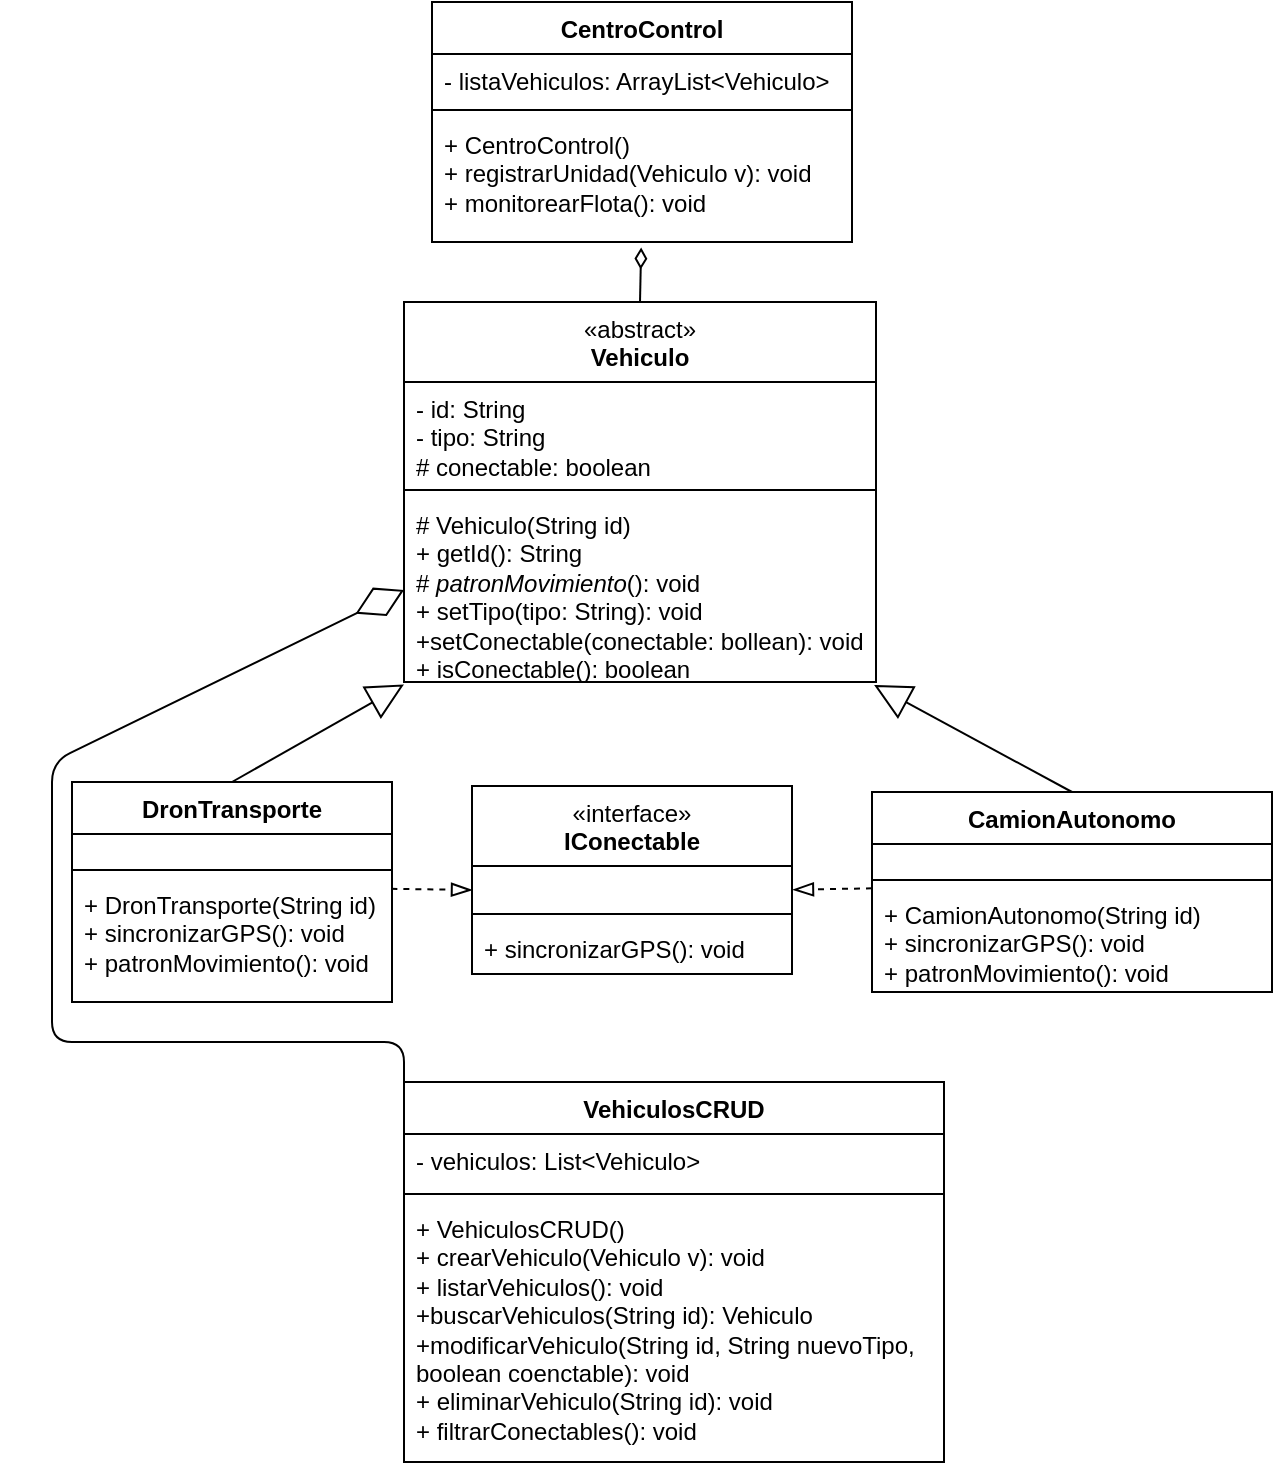
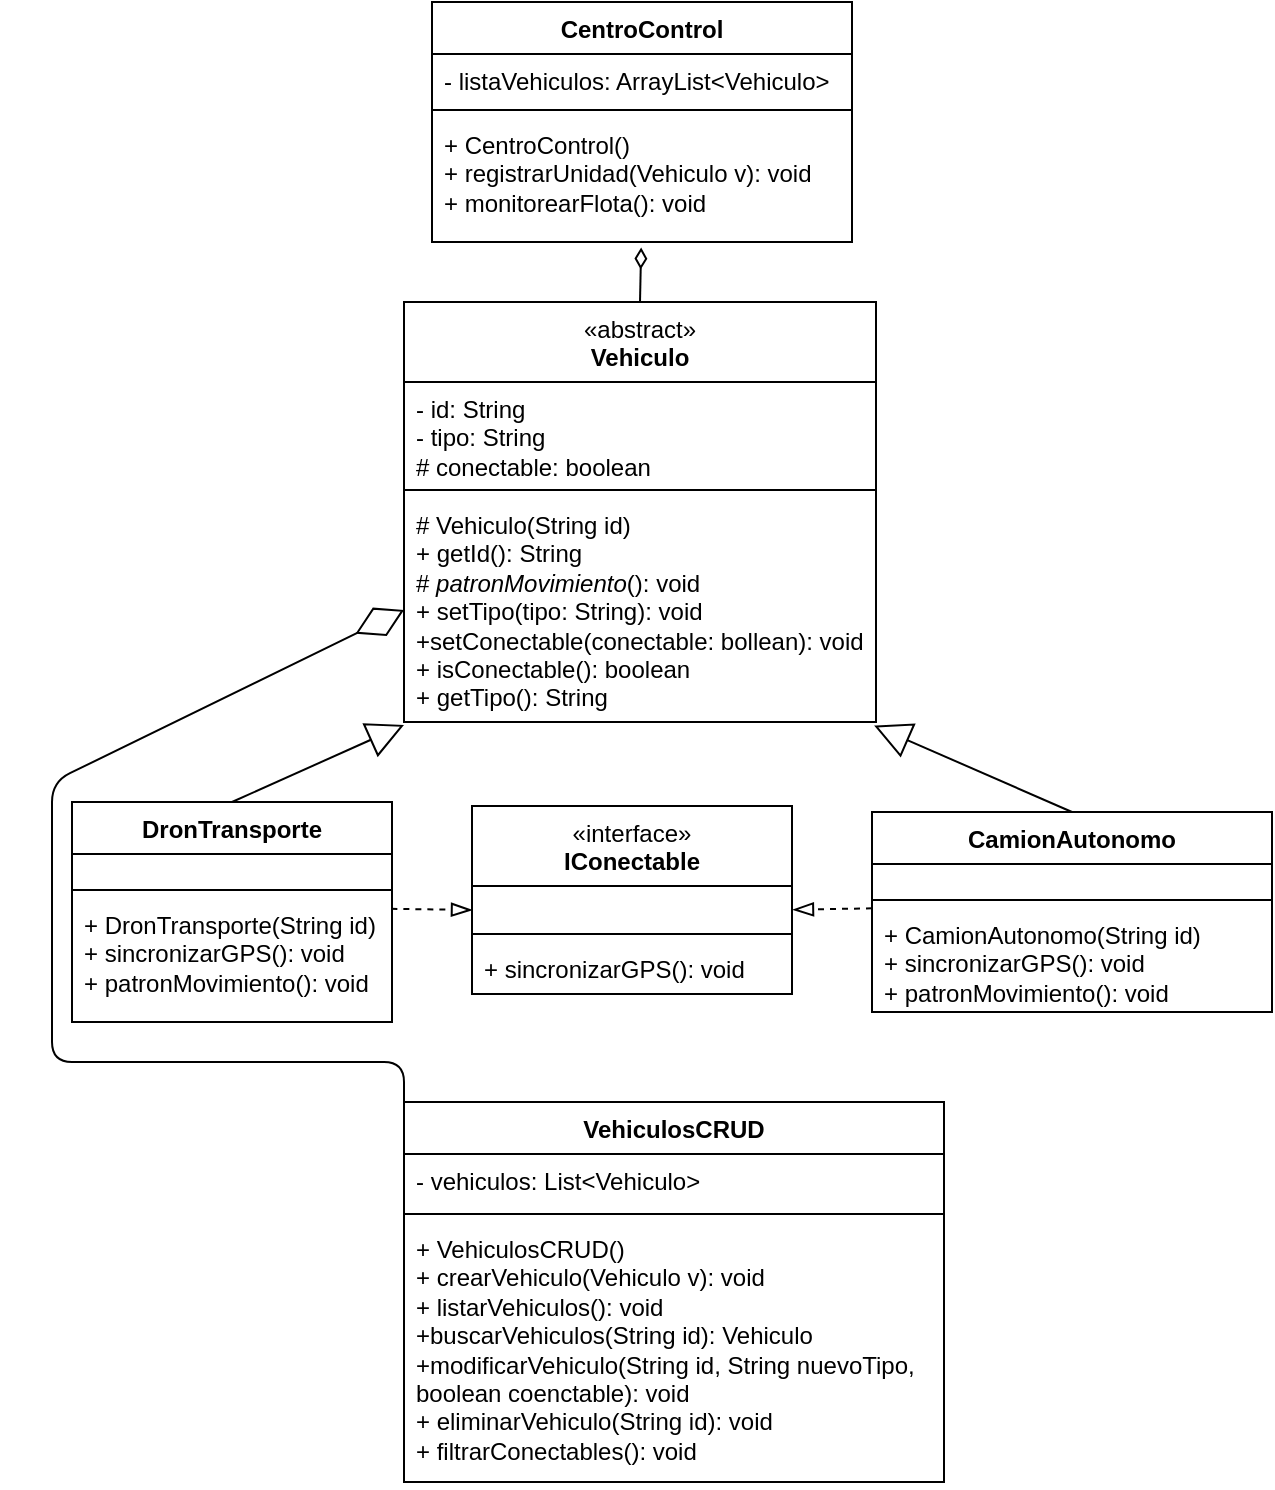
<mxfile host="app.diagrams.net">
  <diagram name="Página-1" id="Gx-6Sk3iEYZY395NJ4nk">
    <mxGraphModel dx="583" dy="694" grid="1" gridSize="10" guides="1" tooltips="1" connect="1" arrows="1" fold="1" page="1" pageScale="1" pageWidth="827" pageHeight="1169" math="0" shadow="0">
      <root>
        <mxCell id="0" />
        <mxCell id="1" parent="0" />
        <mxCell id="bkj872Oz4KbGmm8OL5di-1" parent="1" style="swimlane;fontStyle=1;align=center;verticalAlign=top;childLayout=stackLayout;horizontal=1;startSize=40;horizontalStack=0;resizeParent=1;resizeParentMax=0;resizeLast=0;collapsible=1;marginBottom=0;whiteSpace=wrap;html=1;" value="&lt;div&gt;&lt;span style=&quot;font-weight: 400;&quot;&gt;«abstract»&lt;/span&gt;&lt;br style=&quot;font-weight: 400;&quot;&gt;&lt;/div&gt;Vehiculo" vertex="1">
-           <mxGeometry height="190" width="236" x="296" y="180" as="geometry">
+           <mxGeometry height="210" width="236" x="296" y="170" as="geometry">
            <mxRectangle height="40" width="100" x="335" y="170" as="alternateBounds" />
          </mxGeometry>
        </mxCell>
        <mxCell id="bkj872Oz4KbGmm8OL5di-2" parent="bkj872Oz4KbGmm8OL5di-1" style="text;strokeColor=none;fillColor=none;align=left;verticalAlign=top;spacingLeft=4;spacingRight=4;overflow=hidden;rotatable=0;points=[[0,0.5],[1,0.5]];portConstraint=eastwest;whiteSpace=wrap;html=1;" value="- id: String&lt;div&gt;- tipo: String&lt;/div&gt;&lt;div&gt;# conectable: boolean&lt;/div&gt;" vertex="1">
          <mxGeometry height="50" width="236" y="40" as="geometry" />
        </mxCell>
        <mxCell id="bkj872Oz4KbGmm8OL5di-3" parent="bkj872Oz4KbGmm8OL5di-1" style="line;strokeWidth=1;fillColor=none;align=left;verticalAlign=middle;spacingTop=-1;spacingLeft=3;spacingRight=3;rotatable=0;labelPosition=right;points=[];portConstraint=eastwest;strokeColor=inherit;" value="" vertex="1">
          <mxGeometry height="8" width="236" y="90" as="geometry" />
        </mxCell>
-         <mxCell id="bkj872Oz4KbGmm8OL5di-4" parent="bkj872Oz4KbGmm8OL5di-1" style="text;strokeColor=none;fillColor=none;align=left;verticalAlign=top;spacingLeft=4;spacingRight=4;overflow=hidden;rotatable=0;points=[[0,0.5],[1,0.5]];portConstraint=eastwest;whiteSpace=wrap;html=1;" value="&lt;div&gt;# Vehiculo(String id)&lt;/div&gt;+ getId(): String&lt;div&gt;# &lt;i&gt;patronMovimiento&lt;/i&gt;(): void&lt;/div&gt;&lt;div&gt;+ setTipo(tipo: String): void&lt;/div&gt;&lt;div&gt;+setConectable(conectable: bollean): void&lt;/div&gt;&lt;div&gt;+ isConectable(): boolean&lt;/div&gt;" vertex="1">
-           <mxGeometry height="92" width="236" y="98" as="geometry" />
+         <mxCell id="bkj872Oz4KbGmm8OL5di-4" parent="bkj872Oz4KbGmm8OL5di-1" style="text;strokeColor=none;fillColor=none;align=left;verticalAlign=top;spacingLeft=4;spacingRight=4;overflow=hidden;rotatable=0;points=[[0,0.5],[1,0.5]];portConstraint=eastwest;whiteSpace=wrap;html=1;" value="&lt;div&gt;# Vehiculo(String id)&lt;/div&gt;+ getId(): String&lt;div&gt;# &lt;i&gt;patronMovimiento&lt;/i&gt;(): void&lt;/div&gt;&lt;div&gt;+ setTipo(tipo: String): void&lt;/div&gt;&lt;div&gt;+setConectable(conectable: bollean): void&lt;/div&gt;&lt;div&gt;+ isConectable(): boolean&lt;/div&gt;&lt;div&gt;+ getTipo(): String&lt;/div&gt;" vertex="1">
+           <mxGeometry height="112" width="236" y="98" as="geometry" />
        </mxCell>
        <mxCell id="bkj872Oz4KbGmm8OL5di-6" parent="1" style="swimlane;fontStyle=1;align=center;verticalAlign=top;childLayout=stackLayout;horizontal=1;startSize=40;horizontalStack=0;resizeParent=1;resizeParentMax=0;resizeLast=0;collapsible=1;marginBottom=0;whiteSpace=wrap;html=1;" value="&lt;span style=&quot;font-weight: 400;&quot;&gt;«interface»&lt;/span&gt;&lt;br style=&quot;font-weight: 400;&quot;&gt;&lt;b&gt;IConectable&lt;/b&gt;" vertex="1">
          <mxGeometry height="94" width="160" x="330" y="422" as="geometry">
            <mxRectangle height="40" width="100" x="340" y="338" as="alternateBounds" />
          </mxGeometry>
        </mxCell>
        <mxCell id="bkj872Oz4KbGmm8OL5di-7" parent="bkj872Oz4KbGmm8OL5di-6" style="text;strokeColor=none;fillColor=none;align=left;verticalAlign=top;spacingLeft=4;spacingRight=4;overflow=hidden;rotatable=0;points=[[0,0.5],[1,0.5]];portConstraint=eastwest;whiteSpace=wrap;html=1;" value="&lt;div&gt;&lt;br&gt;&lt;/div&gt;&lt;div&gt;&lt;br&gt;&lt;/div&gt;" vertex="1">
          <mxGeometry height="20" width="160" y="40" as="geometry" />
        </mxCell>
        <mxCell id="bkj872Oz4KbGmm8OL5di-8" parent="bkj872Oz4KbGmm8OL5di-6" style="line;strokeWidth=1;fillColor=none;align=left;verticalAlign=middle;spacingTop=-1;spacingLeft=3;spacingRight=3;rotatable=0;labelPosition=right;points=[];portConstraint=eastwest;strokeColor=inherit;" value="" vertex="1">
          <mxGeometry height="8" width="160" y="60" as="geometry" />
        </mxCell>
        <mxCell id="bkj872Oz4KbGmm8OL5di-9" parent="bkj872Oz4KbGmm8OL5di-6" style="text;strokeColor=none;fillColor=none;align=left;verticalAlign=top;spacingLeft=4;spacingRight=4;overflow=hidden;rotatable=0;points=[[0,0.5],[1,0.5]];portConstraint=eastwest;whiteSpace=wrap;html=1;" value="+ sincronizarGPS(): void" vertex="1">
          <mxGeometry height="26" width="160" y="68" as="geometry" />
        </mxCell>
        <mxCell id="bkj872Oz4KbGmm8OL5di-11" parent="1" style="swimlane;fontStyle=1;align=center;verticalAlign=top;childLayout=stackLayout;horizontal=1;startSize=26;horizontalStack=0;resizeParent=1;resizeParentMax=0;resizeLast=0;collapsible=1;marginBottom=0;whiteSpace=wrap;html=1;" value="DronTransporte" vertex="1">
          <mxGeometry height="110" width="160" x="130" y="420" as="geometry" />
        </mxCell>
        <mxCell id="bkj872Oz4KbGmm8OL5di-12" parent="bkj872Oz4KbGmm8OL5di-11" style="text;strokeColor=none;fillColor=none;align=left;verticalAlign=top;spacingLeft=4;spacingRight=4;overflow=hidden;rotatable=0;points=[[0,0.5],[1,0.5]];portConstraint=eastwest;whiteSpace=wrap;html=1;" value="&lt;span style=&quot;color: rgba(0, 0, 0, 0); font-family: monospace; font-size: 0px; white-space: nowrap;&quot;&gt;%3CmxGraphModel%3E%3Croot%3E%3CmxCell%20id%3D%220%22%2F%3E%3CmxCell%20id%3D%221%22%20parent%3D%220%22%2F%3E%3CmxCell%20id%3D%222%22%20parent%3D%221%22%20style%3D%22text%3BstrokeColor%3Dnone%3BfillColor%3Dnone%3Balign%3Dleft%3BverticalAlign%3Dtop%3BspacingLeft%3D4%3BspacingRight%3D4%3Boverflow%3Dhidden%3Brotatable%3D0%3Bpoints%3D%5B%5B0%2C0.5%5D%2C%5B1%2C0.5%5D%5D%3BportConstraint%3Deastwest%3BwhiteSpace%3Dwrap%3Bhtml%3D1%3B%22%20value%3D%22%26lt%3Bdiv%26gt%3B%26lt%3Bbr%26gt%3B%26lt%3B%2Fdiv%26gt%3B%26lt%3Bdiv%26gt%3B%26lt%3Bbr%26gt%3B%26lt%3B%2Fdiv%26gt%3B%22%20vertex%3D%221%22%3E%3CmxGeometry%20height%3D%2220%22%20width%3D%22160%22%20x%3D%22340%22%20y%3D%22378%22%20as%3D%22geometry%22%2F%3E%3C%2FmxCell%3E%3C%2Froot%3E%3C%2FmxGraphModel%3E&lt;/span&gt;&lt;div&gt;&lt;span style=&quot;color: rgba(0, 0, 0, 0); font-family: monospace; font-size: 0px; white-space: nowrap;&quot;&gt;&lt;br&gt;&lt;/span&gt;&lt;/div&gt;" vertex="1">
          <mxGeometry height="14" width="160" y="26" as="geometry" />
        </mxCell>
        <mxCell id="bkj872Oz4KbGmm8OL5di-13" parent="bkj872Oz4KbGmm8OL5di-11" style="line;strokeWidth=1;fillColor=none;align=left;verticalAlign=middle;spacingTop=-1;spacingLeft=3;spacingRight=3;rotatable=0;labelPosition=right;points=[];portConstraint=eastwest;strokeColor=inherit;" value="" vertex="1">
          <mxGeometry height="8" width="160" y="40" as="geometry" />
        </mxCell>
        <mxCell id="bkj872Oz4KbGmm8OL5di-14" parent="bkj872Oz4KbGmm8OL5di-11" style="text;strokeColor=none;fillColor=none;align=left;verticalAlign=top;spacingLeft=4;spacingRight=4;overflow=hidden;rotatable=0;points=[[0,0.5],[1,0.5]];portConstraint=eastwest;whiteSpace=wrap;html=1;" value="+ DronTransporte(String id)&lt;div&gt;&lt;div&gt;+ sincronizarGPS(): void&lt;/div&gt;&lt;/div&gt;&lt;div&gt;+&amp;nbsp;patronMovimiento(): void&lt;/div&gt;" vertex="1">
          <mxGeometry height="62" width="160" y="48" as="geometry" />
        </mxCell>
        <mxCell id="bkj872Oz4KbGmm8OL5di-16" edge="1" parent="1" source="bkj872Oz4KbGmm8OL5di-11" style="endArrow=block;endSize=16;endFill=0;html=1;rounded=0;entryX=0;entryY=1.013;entryDx=0;entryDy=0;entryPerimeter=0;exitX=0.5;exitY=0;exitDx=0;exitDy=0;" target="bkj872Oz4KbGmm8OL5di-4" value="">
          <mxGeometry relative="1" width="160" as="geometry">
            <mxPoint x="330" y="360" as="sourcePoint" />
            <mxPoint x="490" y="360" as="targetPoint" />
          </mxGeometry>
        </mxCell>
        <mxCell id="y_XMCYgOpmnqqYBFIQhc-5" parent="1" style="swimlane;fontStyle=1;align=center;verticalAlign=top;childLayout=stackLayout;horizontal=1;startSize=26;horizontalStack=0;resizeParent=1;resizeParentMax=0;resizeLast=0;collapsible=1;marginBottom=0;whiteSpace=wrap;html=1;" value="CentroControl" vertex="1">
-           <mxGeometry height="120" width="210" x="310" y="30" as="geometry" />
+           <mxGeometry height="120" width="210" x="310" y="20" as="geometry" />
        </mxCell>
        <mxCell id="y_XMCYgOpmnqqYBFIQhc-6" parent="y_XMCYgOpmnqqYBFIQhc-5" style="text;strokeColor=none;fillColor=none;align=left;verticalAlign=top;spacingLeft=4;spacingRight=4;overflow=hidden;rotatable=0;points=[[0,0.5],[1,0.5]];portConstraint=eastwest;whiteSpace=wrap;html=1;" value="- listaVehiculos: ArrayList&amp;lt;Vehiculo&amp;gt;" vertex="1">
          <mxGeometry height="24" width="210" y="26" as="geometry" />
        </mxCell>
        <mxCell id="y_XMCYgOpmnqqYBFIQhc-7" parent="y_XMCYgOpmnqqYBFIQhc-5" style="line;strokeWidth=1;fillColor=none;align=left;verticalAlign=middle;spacingTop=-1;spacingLeft=3;spacingRight=3;rotatable=0;labelPosition=right;points=[];portConstraint=eastwest;strokeColor=inherit;" value="" vertex="1">
          <mxGeometry height="8" width="210" y="50" as="geometry" />
        </mxCell>
        <mxCell id="y_XMCYgOpmnqqYBFIQhc-8" parent="y_XMCYgOpmnqqYBFIQhc-5" style="text;strokeColor=none;fillColor=none;align=left;verticalAlign=top;spacingLeft=4;spacingRight=4;overflow=hidden;rotatable=0;points=[[0,0.5],[1,0.5]];portConstraint=eastwest;whiteSpace=wrap;html=1;" value="&lt;div&gt;+ CentroControl()&lt;/div&gt;+ registrarUnidad(Vehiculo v): void&lt;div&gt;+ monitorearFlota(): void&lt;/div&gt;" vertex="1">
          <mxGeometry height="62" width="210" y="58" as="geometry" />
        </mxCell>
        <mxCell id="y_XMCYgOpmnqqYBFIQhc-15" edge="1" parent="1" source="y_XMCYgOpmnqqYBFIQhc-8" style="endArrow=none;startArrow=diamondThin;endFill=0;startFill=0;html=1;verticalAlign=bottom;labelBackgroundColor=none;strokeWidth=1;startSize=8;endSize=8;rounded=0;entryX=0.5;entryY=0;entryDx=0;entryDy=0;exitX=0.498;exitY=1.045;exitDx=0;exitDy=0;exitPerimeter=0;" target="bkj872Oz4KbGmm8OL5di-1" value="">
          <mxGeometry relative="1" width="160" as="geometry">
-             <mxPoint x="535" y="170" as="sourcePoint" />
-             <mxPoint x="755" y="200" as="targetPoint" />
+             <mxPoint x="535" y="160" as="sourcePoint" />
+             <mxPoint x="755" y="190" as="targetPoint" />
          </mxGeometry>
        </mxCell>
        <mxCell id="y_XMCYgOpmnqqYBFIQhc-27" parent="1" style="swimlane;fontStyle=1;align=center;verticalAlign=top;childLayout=stackLayout;horizontal=1;startSize=26;horizontalStack=0;resizeParent=1;resizeParentMax=0;resizeLast=0;collapsible=1;marginBottom=0;whiteSpace=wrap;html=1;" value="CamionAutonomo" vertex="1">
          <mxGeometry height="100" width="200" x="530" y="425" as="geometry" />
        </mxCell>
        <mxCell id="y_XMCYgOpmnqqYBFIQhc-28" parent="y_XMCYgOpmnqqYBFIQhc-27" style="text;strokeColor=none;fillColor=none;align=left;verticalAlign=top;spacingLeft=4;spacingRight=4;overflow=hidden;rotatable=0;points=[[0,0.5],[1,0.5]];portConstraint=eastwest;whiteSpace=wrap;html=1;" value="&lt;span style=&quot;color: rgba(0, 0, 0, 0); font-family: monospace; font-size: 0px; white-space: nowrap;&quot;&gt;%3CmxGraphModel%3E%3Croot%3E%3CmxCell%20id%3D%220%22%2F%3E%3CmxCell%20id%3D%221%22%20parent%3D%220%22%2F%3E%3CmxCell%20id%3D%222%22%20parent%3D%221%22%20style%3D%22text%3BstrokeColor%3Dnone%3BfillColor%3Dnone%3Balign%3Dleft%3BverticalAlign%3Dtop%3BspacingLeft%3D4%3BspacingRight%3D4%3Boverflow%3Dhidden%3Brotatable%3D0%3Bpoints%3D%5B%5B0%2C0.5%5D%2C%5B1%2C0.5%5D%5D%3BportConstraint%3Deastwest%3BwhiteSpace%3Dwrap%3Bhtml%3D1%3B%22%20value%3D%22%26lt%3Bdiv%26gt%3B%26lt%3Bbr%26gt%3B%26lt%3B%2Fdiv%26gt%3B%26lt%3Bdiv%26gt%3B%26lt%3Bbr%26gt%3B%26lt%3B%2Fdiv%26gt%3B%22%20vertex%3D%221%22%3E%3CmxGeometry%20height%3D%2220%22%20width%3D%22160%22%20x%3D%22340%22%20y%3D%22378%22%20as%3D%22geometry%22%2F%3E%3C%2FmxCell%3E%3C%2Froot%3E%3C%2FmxGraphModel%3E&lt;/span&gt;" vertex="1">
          <mxGeometry height="14" width="200" y="26" as="geometry" />
        </mxCell>
        <mxCell id="y_XMCYgOpmnqqYBFIQhc-29" parent="y_XMCYgOpmnqqYBFIQhc-27" style="line;strokeWidth=1;fillColor=none;align=left;verticalAlign=middle;spacingTop=-1;spacingLeft=3;spacingRight=3;rotatable=0;labelPosition=right;points=[];portConstraint=eastwest;strokeColor=inherit;" value="" vertex="1">
          <mxGeometry height="8" width="200" y="40" as="geometry" />
        </mxCell>
        <mxCell id="y_XMCYgOpmnqqYBFIQhc-30" parent="y_XMCYgOpmnqqYBFIQhc-27" style="text;strokeColor=none;fillColor=none;align=left;verticalAlign=top;spacingLeft=4;spacingRight=4;overflow=hidden;rotatable=0;points=[[0,0.5],[1,0.5]];portConstraint=eastwest;whiteSpace=wrap;html=1;" value="+ CamionAutonomo(String id)&lt;div&gt;&lt;span style=&quot;background-color: transparent; color: light-dark(rgb(0, 0, 0), rgb(255, 255, 255));&quot;&gt;+ sincronizarGPS(): void&lt;/span&gt;&lt;/div&gt;&lt;div&gt;+&amp;nbsp;patronMovimiento(): void&lt;span style=&quot;background-color: transparent; color: light-dark(rgb(0, 0, 0), rgb(255, 255, 255));&quot;&gt;&lt;/span&gt;&lt;/div&gt;" vertex="1">
          <mxGeometry height="52" width="200" y="48" as="geometry" />
        </mxCell>
        <mxCell id="y_XMCYgOpmnqqYBFIQhc-31" edge="1" parent="1" source="y_XMCYgOpmnqqYBFIQhc-27" style="endArrow=block;endSize=16;endFill=0;html=1;rounded=0;entryX=0.996;entryY=1.016;entryDx=0;entryDy=0;entryPerimeter=0;exitX=0.5;exitY=0;exitDx=0;exitDy=0;" target="bkj872Oz4KbGmm8OL5di-4" value="">
          <mxGeometry relative="1" width="160" as="geometry">
            <mxPoint x="310" y="349" as="sourcePoint" />
            <mxPoint x="350" y="310" as="targetPoint" />
          </mxGeometry>
        </mxCell>
        <mxCell id="y_XMCYgOpmnqqYBFIQhc-38" edge="1" parent="1" source="bkj872Oz4KbGmm8OL5di-14" style="html=1;verticalAlign=bottom;labelBackgroundColor=none;endArrow=blockThin;endFill=0;endSize=8;rounded=0;entryX=0;entryY=0.6;entryDx=0;entryDy=0;entryPerimeter=0;dashed=1;exitX=0.998;exitY=0.087;exitDx=0;exitDy=0;exitPerimeter=0;" target="bkj872Oz4KbGmm8OL5di-7" value="">
          <mxGeometry relative="1" width="160" as="geometry">
            <mxPoint x="300" y="474" as="sourcePoint" />
            <mxPoint x="470" y="502.74" as="targetPoint" />
          </mxGeometry>
        </mxCell>
        <mxCell id="y_XMCYgOpmnqqYBFIQhc-41" edge="1" parent="1" source="y_XMCYgOpmnqqYBFIQhc-30" style="html=1;verticalAlign=bottom;labelBackgroundColor=none;endArrow=blockThin;endFill=0;endSize=8;rounded=0;dashed=1;exitX=0;exitY=0.003;exitDx=0;exitDy=0;entryX=1.003;entryY=0.593;entryDx=0;entryDy=0;entryPerimeter=0;exitPerimeter=0;" target="bkj872Oz4KbGmm8OL5di-7" value="">
          <mxGeometry relative="1" width="160" as="geometry">
            <mxPoint x="310" y="504" as="sourcePoint" />
            <mxPoint x="500" y="464" as="targetPoint" />
          </mxGeometry>
        </mxCell>
        <mxCell id="IxsSMRNGfXRgSVnCZn6l-1" parent="1" style="swimlane;fontStyle=1;align=center;verticalAlign=top;childLayout=stackLayout;horizontal=1;startSize=26;horizontalStack=0;resizeParent=1;resizeParentMax=0;resizeLast=0;collapsible=1;marginBottom=0;whiteSpace=wrap;html=1;" value="VehiculosCRUD" vertex="1">
          <mxGeometry height="190" width="270" x="296" y="570" as="geometry" />
        </mxCell>
        <mxCell id="IxsSMRNGfXRgSVnCZn6l-2" parent="IxsSMRNGfXRgSVnCZn6l-1" style="text;strokeColor=none;fillColor=none;align=left;verticalAlign=top;spacingLeft=4;spacingRight=4;overflow=hidden;rotatable=0;points=[[0,0.5],[1,0.5]];portConstraint=eastwest;whiteSpace=wrap;html=1;" value="- vehiculos: List&amp;lt;Vehiculo&amp;gt;" vertex="1">
          <mxGeometry height="26" width="270" y="26" as="geometry" />
        </mxCell>
        <mxCell id="IxsSMRNGfXRgSVnCZn6l-3" parent="IxsSMRNGfXRgSVnCZn6l-1" style="line;strokeWidth=1;fillColor=none;align=left;verticalAlign=middle;spacingTop=-1;spacingLeft=3;spacingRight=3;rotatable=0;labelPosition=right;points=[];portConstraint=eastwest;strokeColor=inherit;" value="" vertex="1">
          <mxGeometry height="8" width="270" y="52" as="geometry" />
        </mxCell>
        <mxCell id="IxsSMRNGfXRgSVnCZn6l-4" parent="IxsSMRNGfXRgSVnCZn6l-1" style="text;strokeColor=none;fillColor=none;align=left;verticalAlign=top;spacingLeft=4;spacingRight=4;overflow=hidden;rotatable=0;points=[[0,0.5],[1,0.5]];portConstraint=eastwest;whiteSpace=wrap;html=1;" value="+ VehiculosCRUD()&lt;div&gt;+ crearVehiculo(Vehiculo v): void&lt;/div&gt;&lt;div&gt;+ listarVehiculos(): void&lt;/div&gt;&lt;div&gt;+buscarVehiculos(String id): Vehiculo&lt;/div&gt;&lt;div&gt;+modificarVehiculo(String id, String nuevoTipo, boolean coenctable): void&lt;/div&gt;&lt;div&gt;+ eliminarVehiculo(String id): void&lt;/div&gt;&lt;div&gt;+ filtrarConectables(): void&lt;/div&gt;" vertex="1">
          <mxGeometry height="130" width="270" y="60" as="geometry" />
        </mxCell>
        <mxCell id="IxsSMRNGfXRgSVnCZn6l-9" edge="1" parent="1" source="IxsSMRNGfXRgSVnCZn6l-4" style="endArrow=diamondThin;endFill=0;endSize=24;html=1;rounded=1;exitX=0;exitY=0.5;exitDx=0;exitDy=0;curved=0;entryX=0;entryY=0.5;entryDx=0;entryDy=0;" target="bkj872Oz4KbGmm8OL5di-4" value="">
          <mxGeometry relative="1" width="160" as="geometry">
            <Array as="points">
              <mxPoint x="296" y="550" />
              <mxPoint x="120" y="550" />
              <mxPoint x="120" y="410" />
            </Array>
            <mxPoint x="150" y="520" as="sourcePoint" />
            <mxPoint x="180" y="590" as="targetPoint" />
          </mxGeometry>
        </mxCell>
      </root>
    </mxGraphModel>
  </diagram>
</mxfile>
